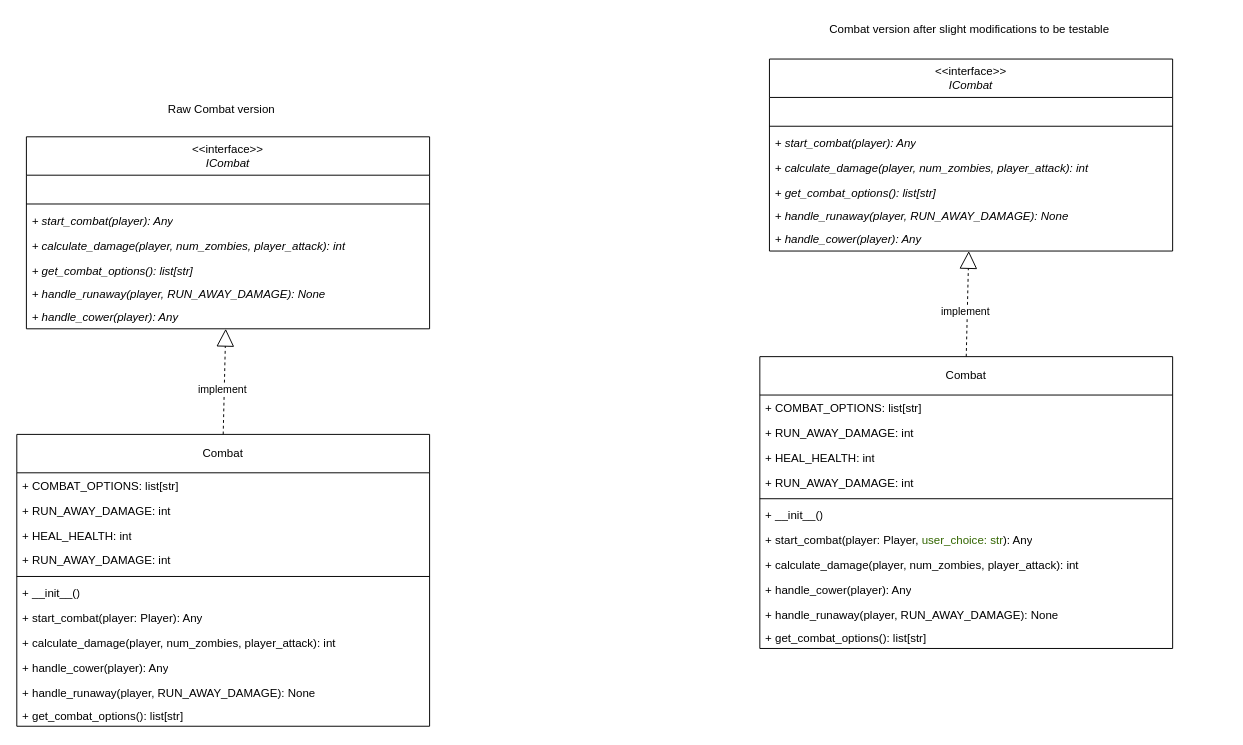
Above: page "combat_before" (3 of 3) of src/model/before_pattern.drawio in arsenie-sarmiento/ZombieInMyPocket (draw.io), before the change. Source tidied: cells renumbered, new cells numbered last; positions are measured from the earlier drawing's top-left corner, leaving out a move shared by most shapes. Both pictures are drawn from the tidied source at 96%, with x=0, y=0 at pixel (16, 16).
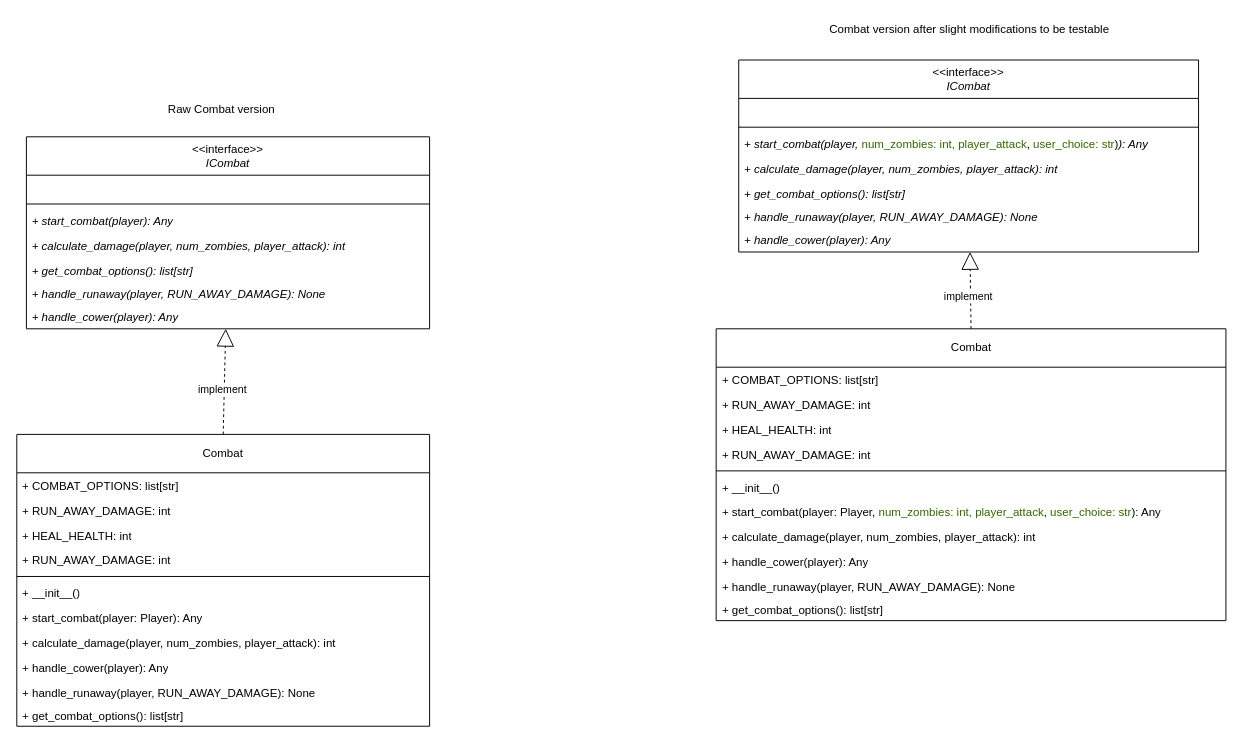
Above is the later version.

Commit message (it also covers changes not shown here):
completed before combat test

The edit, as a diff of the source:
```diff
@@
     <mxCell id="26" value="Combat" style="swimlane;fontStyle=0;horizontal=1;startSize=40;fillColor=none;whiteSpace=wrap;html=1;" parent="1" vertex="1">
-      <mxGeometry x="774" y="354" width="430" height="304" as="geometry" />
+      <mxGeometry x="728.5" y="325" width="531" height="304" as="geometry" />
     </mxCell>
     <mxCell id="27" value="+ COMBAT_OPTIONS: list[str]" style="text;strokeColor=none;fillColor=none;align=left;verticalAlign=top;spacingLeft=4;spacingRight=4;overflow=hidden;whiteSpace=wrap;html=1;" parent="26" vertex="1">
-      <mxGeometry y="40" width="430" height="26" as="geometry" />
+      <mxGeometry y="40" width="531" height="26" as="geometry" />
     </mxCell>
     <mxCell id="28" value="+ RUN_AWAY_DAMAGE: int" style="text;strokeColor=none;fillColor=none;align=left;verticalAlign=top;spacingLeft=4;spacingRight=4;overflow=hidden;whiteSpace=wrap;html=1;" parent="26" vertex="1">
-      <mxGeometry y="66" width="430" height="26" as="geometry" />
+      <mxGeometry y="66" width="531" height="26" as="geometry" />
     </mxCell>
     <mxCell id="29" value="&lt;span style=&quot;color: rgb(0, 0, 0);&quot;&gt;+ HEAL_HEALTH: int&lt;/span&gt;" style="text;strokeColor=none;fillColor=none;align=left;verticalAlign=top;spacingLeft=4;spacingRight=4;overflow=hidden;whiteSpace=wrap;html=1;" parent="26" vertex="1">
-      <mxGeometry y="92" width="430" height="26" as="geometry" />
+      <mxGeometry y="92" width="531" height="26" as="geometry" />
     </mxCell>
     <mxCell id="30" value="&lt;span style=&quot;color: rgb(0, 0, 0);&quot;&gt;+ RUN_AWAY_DAMAGE: int&lt;/span&gt;" style="text;strokeColor=none;fillColor=none;align=left;verticalAlign=top;spacingLeft=4;spacingRight=4;overflow=hidden;whiteSpace=wrap;html=1;" parent="26" vertex="1">
-      <mxGeometry y="118" width="430" height="26" as="geometry" />
+      <mxGeometry y="118" width="531" height="26" as="geometry" />
     </mxCell>
     <mxCell id="31" style="line;strokeWidth=1;fillColor=none;align=left;verticalAlign=middle;spacingTop=-1;spacingLeft=3;spacingRight=3;labelPosition=right;strokeColor=inherit;" parent="26" vertex="1">
-      <mxGeometry y="144" width="430" height="8" as="geometry" />
+      <mxGeometry y="144" width="531" height="8" as="geometry" />
     </mxCell>
     <mxCell id="32" value="+&amp;nbsp;__init__()" style="text;strokeColor=none;fillColor=none;align=left;verticalAlign=top;spacingLeft=4;spacingRight=4;overflow=hidden;whiteSpace=wrap;html=1;fontStyle=0;" parent="26" vertex="1">
-      <mxGeometry y="152" width="430" height="26" as="geometry" />
+      <mxGeometry y="152" width="531" height="26" as="geometry" />
     </mxCell>
-    <mxCell id="33" value="+&amp;nbsp;start_combat(player: Player, &lt;font style=&quot;color: rgb(51, 102, 0);&quot;&gt;user_choice: str&lt;/font&gt;): Any" style="text;strokeColor=none;fillColor=none;align=left;verticalAlign=top;spacingLeft=4;spacingRight=4;overflow=hidden;whiteSpace=wrap;html=1;fontStyle=0;" parent="26" vertex="1">
-      <mxGeometry y="178" width="430" height="26" as="geometry" />
+    <mxCell id="33" value="+&amp;nbsp;start_combat(player: Player, &lt;font style=&quot;color: rgb(51, 102, 0);&quot;&gt;num_zombies: int, player_attack&lt;/font&gt;,&amp;nbsp;&lt;font style=&quot;color: rgb(51, 102, 0);&quot;&gt;user_choice: str&lt;/font&gt;): Any" style="text;strokeColor=none;fillColor=none;align=left;verticalAlign=top;spacingLeft=4;spacingRight=4;overflow=hidden;whiteSpace=wrap;html=1;fontStyle=0;" parent="26" vertex="1">
+      <mxGeometry y="178" width="531" height="26" as="geometry" />
     </mxCell>
     <mxCell id="34" value="+&amp;nbsp;calculate_damage(player, num_zombies, player_attack): int" style="text;strokeColor=none;fillColor=none;align=left;verticalAlign=top;spacingLeft=4;spacingRight=4;overflow=hidden;whiteSpace=wrap;html=1;fontStyle=0;" parent="26" vertex="1">
-      <mxGeometry y="204" width="430" height="26" as="geometry" />
+      <mxGeometry y="204" width="531" height="26" as="geometry" />
     </mxCell>
     <mxCell id="35" value="+&amp;nbsp;handle_cower(player): Any" style="text;strokeColor=none;fillColor=none;align=left;verticalAlign=top;spacingLeft=4;spacingRight=4;overflow=hidden;whiteSpace=wrap;html=1;fontStyle=0;" parent="26" vertex="1">
-      <mxGeometry y="230" width="430" height="26" as="geometry" />
+      <mxGeometry y="230" width="531" height="26" as="geometry" />
     </mxCell>
     <mxCell id="36" value="+&amp;nbsp;handle_runaway(player, RUN_AWAY_DAMAGE): None" style="text;strokeColor=none;fillColor=none;align=left;verticalAlign=top;spacingLeft=4;spacingRight=4;overflow=hidden;whiteSpace=wrap;html=1;fontStyle=0;" parent="26" vertex="1">
-      <mxGeometry y="256" width="430" height="24" as="geometry" />
+      <mxGeometry y="256" width="531" height="24" as="geometry" />
     </mxCell>
     <mxCell id="37" value="+&amp;nbsp;get_combat_options():&amp;nbsp;&lt;span style=&quot;color: rgb(0, 0, 0);&quot;&gt;list[str]&lt;/span&gt;" style="text;strokeColor=none;fillColor=none;align=left;verticalAlign=top;spacingLeft=4;spacingRight=4;overflow=hidden;whiteSpace=wrap;html=1;fontStyle=0;" parent="26" vertex="1">
-      <mxGeometry y="280" width="430" height="24" as="geometry" />
+      <mxGeometry y="280" width="531" height="24" as="geometry" />
     </mxCell>
     <mxCell id="38" value="&amp;lt;&amp;lt;interface&amp;gt;&amp;gt;&lt;br&gt;&lt;i&gt;ICombat&lt;/i&gt;" style="swimlane;fontStyle=0;horizontal=1;startSize=40;fillColor=none;whiteSpace=wrap;html=1;" parent="1" vertex="1">
-      <mxGeometry x="784" y="44" width="420" height="200" as="geometry" />
+      <mxGeometry x="752" y="45" width="479" height="200" as="geometry" />
     </mxCell>
     <mxCell id="39" value="&amp;nbsp;" style="text;strokeColor=none;fillColor=none;align=left;verticalAlign=top;spacingLeft=4;spacingRight=4;overflow=hidden;whiteSpace=wrap;html=1;" parent="38" vertex="1">
-      <mxGeometry y="40" width="420" height="26" as="geometry" />
+      <mxGeometry y="40" width="479" height="26" as="geometry" />
     </mxCell>
     <mxCell id="40" style="line;strokeWidth=1;fillColor=none;align=left;verticalAlign=middle;spacingTop=-1;spacingLeft=3;spacingRight=3;labelPosition=right;strokeColor=inherit;" parent="38" vertex="1">
-      <mxGeometry y="66" width="420" height="8" as="geometry" />
+      <mxGeometry y="66" width="479" height="8" as="geometry" />
     </mxCell>
-    <mxCell id="41" value="+&amp;nbsp;start_combat(player): Any" style="text;strokeColor=none;fillColor=none;align=left;verticalAlign=top;spacingLeft=4;spacingRight=4;overflow=hidden;whiteSpace=wrap;html=1;fontStyle=2;" parent="38" vertex="1">
-      <mxGeometry y="74" width="420" height="26" as="geometry" />
+    <mxCell id="41" value="+&amp;nbsp;start_combat(player,&amp;nbsp;&lt;font style=&quot;scrollbar-color: rgb(226, 226, 226) rgb(251, 251, 251); font-style: normal; color: rgb(51, 102, 0);&quot;&gt;num_zombies: int, player_attack&lt;/font&gt;&lt;span style=&quot;color: rgb(0, 0, 0); font-style: normal;&quot;&gt;,&amp;nbsp;&lt;/span&gt;&lt;font style=&quot;scrollbar-color: rgb(226, 226, 226) rgb(251, 251, 251); font-style: normal; color: rgb(51, 102, 0);&quot;&gt;user_choice: str&lt;/font&gt;&lt;span style=&quot;color: rgb(0, 0, 0); font-style: normal;&quot;&gt;)&lt;/span&gt;): Any" style="text;strokeColor=none;fillColor=none;align=left;verticalAlign=top;spacingLeft=4;spacingRight=4;overflow=hidden;whiteSpace=wrap;html=1;fontStyle=2;" parent="38" vertex="1">
+      <mxGeometry y="74" width="479" height="26" as="geometry" />
     </mxCell>
     <mxCell id="42" value="+&amp;nbsp;calculate_damage(player, num_zombies, player_attack): int" style="text;strokeColor=none;fillColor=none;align=left;verticalAlign=top;spacingLeft=4;spacingRight=4;overflow=hidden;whiteSpace=wrap;html=1;fontStyle=2;" parent="38" vertex="1">
-      <mxGeometry y="100" width="420" height="26" as="geometry" />
+      <mxGeometry y="100" width="479" height="26" as="geometry" />
     </mxCell>
     <mxCell id="43" value="+&amp;nbsp;get_combat_options():&amp;nbsp;&lt;span style=&quot;color: rgb(0, 0, 0);&quot;&gt;list[str]&lt;/span&gt;" style="text;strokeColor=none;fillColor=none;align=left;verticalAlign=top;spacingLeft=4;spacingRight=4;overflow=hidden;whiteSpace=wrap;html=1;fontStyle=2;" parent="38" vertex="1">
-      <mxGeometry y="126" width="420" height="24" as="geometry" />
+      <mxGeometry y="126" width="479" height="24" as="geometry" />
     </mxCell>
     <mxCell id="44" value="+&amp;nbsp;handle_runaway(player, RUN_AWAY_DAMAGE): None" style="text;strokeColor=none;fillColor=none;align=left;verticalAlign=top;spacingLeft=4;spacingRight=4;overflow=hidden;whiteSpace=wrap;html=1;fontStyle=2;" parent="38" vertex="1">
-      <mxGeometry y="150" width="420" height="24" as="geometry" />
+      <mxGeometry y="150" width="479" height="24" as="geometry" />
     </mxCell>
     <mxCell id="45" value="+&amp;nbsp;handle_cower(player): Any" style="text;strokeColor=none;fillColor=none;align=left;verticalAlign=top;spacingLeft=4;spacingRight=4;overflow=hidden;whiteSpace=wrap;html=1;fontStyle=2;" parent="38" vertex="1">
-      <mxGeometry y="174" width="420" height="26" as="geometry" />
+      <mxGeometry y="174" width="479" height="26" as="geometry" />
     </mxCell>
```
